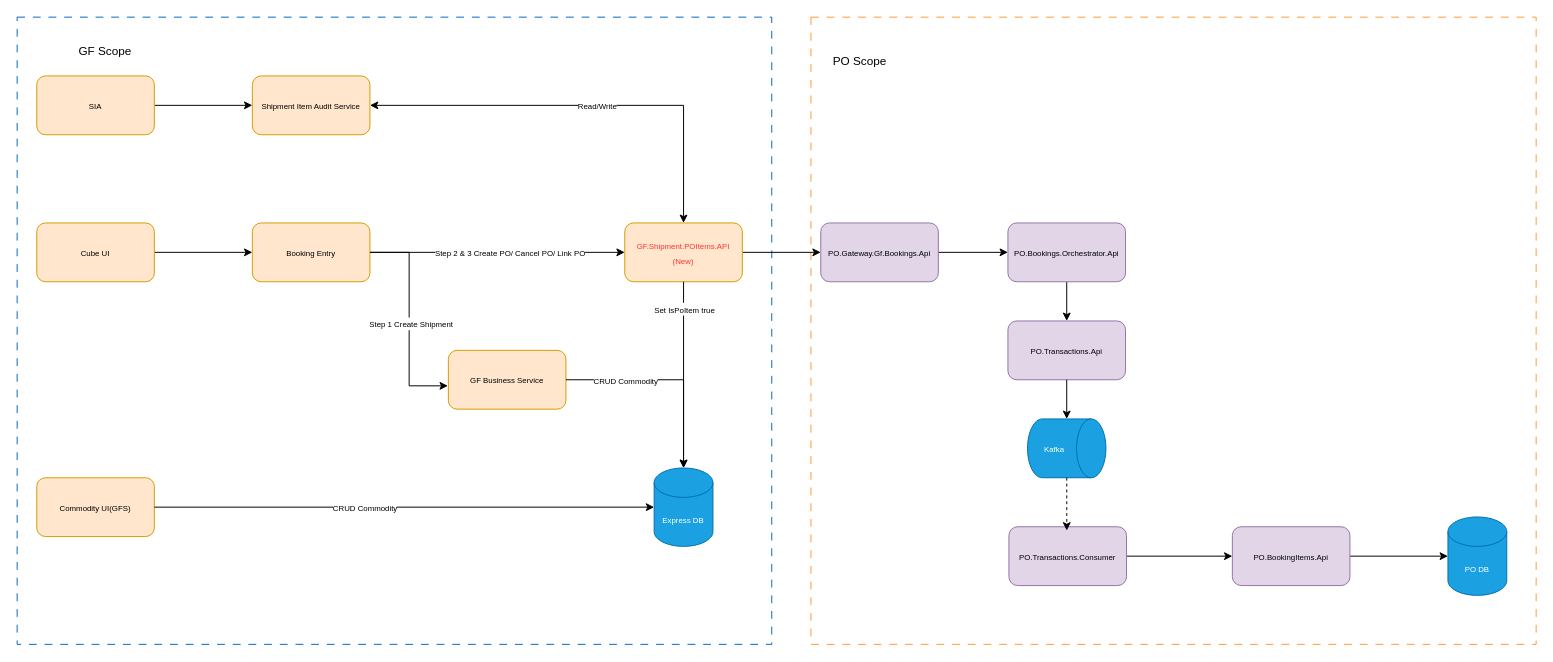
Earlier version of the draw.io diagram DecouplePO.drawio (TommyVV/chr-diagrams). Source tidied: cells renumbered, new cells numbered last; positions are measured from the earlier drawing's top-left corner, leaving out a move shared by most shapes. Both pictures are drawn from the tidied source at 98%, with x=0, y=0 at pixel (17, 17).
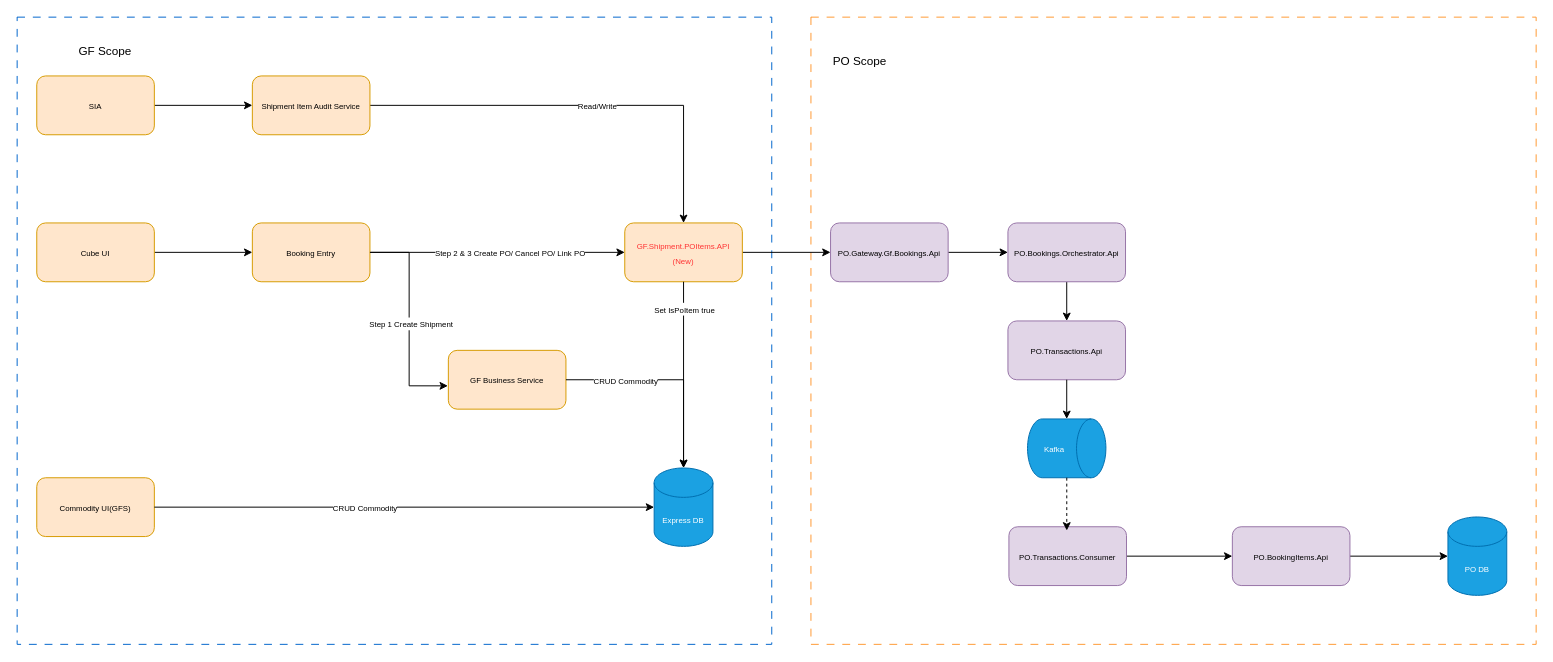
After the change.

The change refers to these unchanged cells:
```xml
<mxCell id="8" value="&lt;font style=&quot;font-size: 8px; color: rgb(255, 51, 51);&quot;&gt;GF.Shipment.POItems.API&lt;br&gt;(New)&lt;/font&gt;" style="rounded=1;whiteSpace=wrap;html=1;fillColor=#ffe6cc;strokeColor=#d79b00;" parent="1" vertex="1">
  <mxGeometry x="620" y="210" width="120" height="60" as="geometry" />
</mxCell>
<mxCell id="27" value="&lt;font style=&quot;font-size: 8px;&quot;&gt;Shipment Item Audit Service&lt;/font&gt;" style="rounded=1;whiteSpace=wrap;html=1;fillColor=#ffe6cc;strokeColor=#d79b00;" parent="1" vertex="1">
  <mxGeometry x="240" y="60" width="120" height="60" as="geometry" />
</mxCell>
```

Diff of the diagram source:
```diff
@@
     <mxCell id="10" value="&lt;font style=&quot;font-size: 8px;&quot;&gt;PO.Gateway.Gf.Bookings.Api&lt;/font&gt;" style="rounded=1;whiteSpace=wrap;html=1;fillColor=#e1d5e7;strokeColor=#9673a6;" parent="1" vertex="1">
-      <mxGeometry x="820" y="210" width="120" height="60" as="geometry" />
+      <mxGeometry x="830" y="210" width="120" height="60" as="geometry" />
     </mxCell>
@@
-    <mxCell id="25" style="edgeStyle=orthogonalEdgeStyle;rounded=0;jettySize=auto;html=1;entryX=0.5;entryY=0;entryDx=0;entryDy=0;startArrow=classic;startFill=1;exitX=1;exitY=0.5;exitDx=0;exitDy=0;" parent="1" edge="1" source="27" target="8">
+    <mxCell id="25" style="edgeStyle=orthogonalEdgeStyle;rounded=0;jettySize=auto;html=1;entryX=0.5;entryY=0;entryDx=0;entryDy=0;startArrow=none;startFill=0;exitX=1;exitY=0.5;exitDx=0;exitDy=0;" parent="1" edge="1" source="27" target="8">
       <mxGeometry relative="1" as="geometry">
         <Array as="points">
           <mxPoint x="680" y="90" />
         </Array>
       </mxGeometry>
     </mxCell>
```
